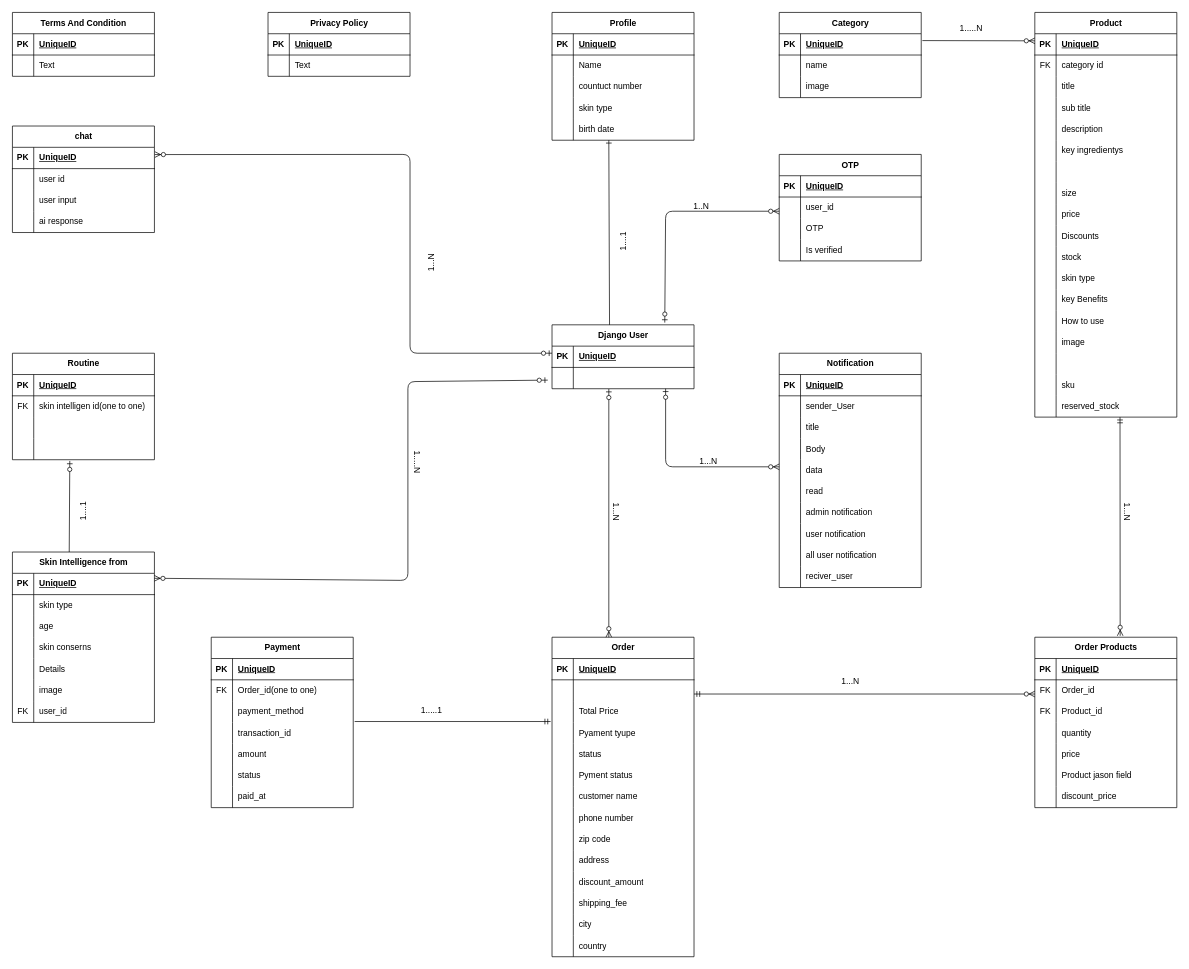
Earlier version of the draw.io diagram entity_diagram.drawio (ROBOT-RIAD/FaceCare). Source tidied: cells renumbered, new cells numbered last; positions are measured from the earlier drawing's top-left corner, leaving out a move shared by most shapes. Both pictures are drawn from the tidied source at 71%, with x=0, y=0 at pixel (12, 12).
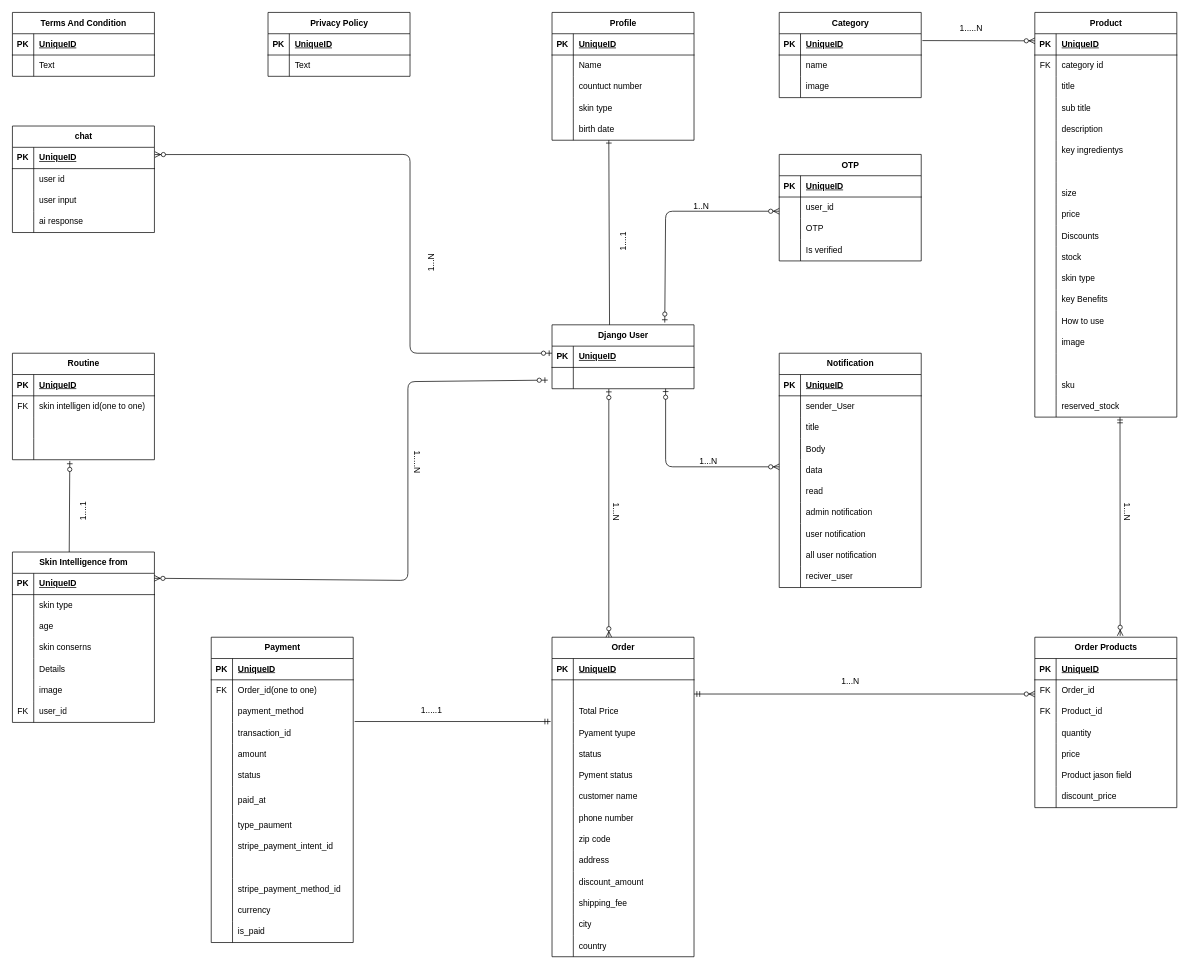
After the change.

What changed in the source:
```diff
@@
     <mxCell id="171" value="Payment" style="shape=table;startSize=30;childLayout=tableLayout;rowLines=0;fontStyle=1;align=center;html=1;" parent="1" vertex="1">
-      <mxGeometry x="280" y="880" width="200" height="240" as="geometry" />
+      <mxGeometry x="280" y="880" width="200" height="430" as="geometry" />
     </mxCell>
@@
     <mxCell id="190" style="shape=tableRow;horizontal=0;startSize=0;swimlaneHead=0;swimlaneBody=0;fillColor=none;top=0;left=0;right=0;bottom=0;" parent="171" vertex="1">
-      <mxGeometry y="210" width="200" height="30" as="geometry" />
+      <mxGeometry y="210" width="200" height="40" as="geometry" />
     </mxCell>
     <mxCell id="191" style="shape=partialRectangle;fillColor=none;top=0;left=0;bottom=0;right=0;overflow=hidden;whiteSpace=wrap;html=1;" parent="190" vertex="1">
-      <mxGeometry width="30" height="30" as="geometry" />
+      <mxGeometry width="30" height="40" as="geometry" />
     </mxCell>
     <mxCell id="192" value="paid_at" style="shape=partialRectangle;fillColor=none;top=0;left=0;bottom=0;right=0;align=left;spacingLeft=6;overflow=hidden;whiteSpace=wrap;html=1;" parent="190" vertex="1">
-      <mxGeometry x="30" width="170" height="30" as="geometry" />
+      <mxGeometry x="30" width="170" height="40" as="geometry" />
     </mxCell>
+    <mxCell id="305" style="shape=tableRow;horizontal=0;startSize=0;swimlaneHead=0;swimlaneBody=0;fillColor=none;top=0;left=0;right=0;bottom=0;" parent="171" vertex="1">
+      <mxGeometry y="250" width="200" height="30" as="geometry" />
+    </mxCell>
+    <mxCell id="306" style="shape=partialRectangle;fillColor=none;top=0;left=0;bottom=0;right=0;overflow=hidden;whiteSpace=wrap;html=1;" parent="305" vertex="1">
+      <mxGeometry width="30" height="30" as="geometry" />
+    </mxCell>
+    <mxCell id="307" value="type_paument" style="shape=partialRectangle;fillColor=none;top=0;left=0;bottom=0;right=0;align=left;spacingLeft=6;overflow=hidden;whiteSpace=wrap;html=1;" parent="305" vertex="1">
+      <mxGeometry x="30" width="170" height="30" as="geometry" />
+    </mxCell>
+    <mxCell id="308" style="shape=tableRow;horizontal=0;startSize=0;swimlaneHead=0;swimlaneBody=0;fillColor=none;top=0;left=0;right=0;bottom=0;" parent="171" vertex="1">
+      <mxGeometry y="280" width="200" height="30" as="geometry" />
+    </mxCell>
+    <mxCell id="309" style="shape=partialRectangle;fillColor=none;top=0;left=0;bottom=0;right=0;overflow=hidden;whiteSpace=wrap;html=1;" parent="308" vertex="1">
+      <mxGeometry width="30" height="30" as="geometry" />
+    </mxCell>
+    <mxCell id="310" value="stripe_payment_intent_id" style="shape=partialRectangle;fillColor=none;top=0;left=0;bottom=0;right=0;align=left;spacingLeft=6;overflow=hidden;whiteSpace=wrap;html=1;" parent="308" vertex="1">
+      <mxGeometry x="30" width="170" height="30" as="geometry" />
+    </mxCell>
+    <mxCell id="311" style="shape=tableRow;horizontal=0;startSize=0;swimlaneHead=0;swimlaneBody=0;fillColor=none;top=0;left=0;right=0;bottom=0;" parent="171" vertex="1">
+      <mxGeometry y="310" width="200" height="30" as="geometry" />
+    </mxCell>
+    <mxCell id="312" style="shape=partialRectangle;fillColor=none;top=0;left=0;bottom=0;right=0;overflow=hidden;whiteSpace=wrap;html=1;" parent="311" vertex="1">
+      <mxGeometry width="30" height="30" as="geometry" />
+    </mxCell>
+    <mxCell id="313" style="shape=partialRectangle;fillColor=none;top=0;left=0;bottom=0;right=0;align=left;spacingLeft=6;overflow=hidden;whiteSpace=wrap;html=1;" parent="311" vertex="1">
+      <mxGeometry x="30" width="170" height="30" as="geometry" />
+    </mxCell>
+    <mxCell id="314" style="shape=tableRow;horizontal=0;startSize=0;swimlaneHead=0;swimlaneBody=0;fillColor=none;top=0;left=0;right=0;bottom=0;" parent="171" vertex="1">
+      <mxGeometry y="340" width="200" height="30" as="geometry" />
+    </mxCell>
+    <mxCell id="315" style="shape=partialRectangle;fillColor=none;top=0;left=0;bottom=0;right=0;overflow=hidden;whiteSpace=wrap;html=1;" parent="314" vertex="1">
+      <mxGeometry width="30" height="30" as="geometry" />
+    </mxCell>
+    <mxCell id="316" value="stripe_payment_method_id" style="shape=partialRectangle;fillColor=none;top=0;left=0;bottom=0;right=0;align=left;spacingLeft=6;overflow=hidden;whiteSpace=wrap;html=1;" parent="314" vertex="1">
+      <mxGeometry x="30" width="170" height="30" as="geometry" />
+    </mxCell>
+    <mxCell id="317" style="shape=tableRow;horizontal=0;startSize=0;swimlaneHead=0;swimlaneBody=0;fillColor=none;top=0;left=0;right=0;bottom=0;" parent="171" vertex="1">
+      <mxGeometry y="370" width="200" height="30" as="geometry" />
+    </mxCell>
+    <mxCell id="318" style="shape=partialRectangle;fillColor=none;top=0;left=0;bottom=0;right=0;overflow=hidden;whiteSpace=wrap;html=1;" parent="317" vertex="1">
+      <mxGeometry width="30" height="30" as="geometry" />
+    </mxCell>
+    <mxCell id="319" value="currency" style="shape=partialRectangle;fillColor=none;top=0;left=0;bottom=0;right=0;align=left;spacingLeft=6;overflow=hidden;whiteSpace=wrap;html=1;" parent="317" vertex="1">
+      <mxGeometry x="30" width="170" height="30" as="geometry" />
+    </mxCell>
+    <mxCell id="320" style="shape=tableRow;horizontal=0;startSize=0;swimlaneHead=0;swimlaneBody=0;fillColor=none;top=0;left=0;right=0;bottom=0;" parent="171" vertex="1">
+      <mxGeometry y="400" width="200" height="30" as="geometry" />
+    </mxCell>
+    <mxCell id="321" style="shape=partialRectangle;fillColor=none;top=0;left=0;bottom=0;right=0;overflow=hidden;whiteSpace=wrap;html=1;" parent="320" vertex="1">
+      <mxGeometry width="30" height="30" as="geometry" />
+    </mxCell>
+    <mxCell id="322" value="is_paid" style="shape=partialRectangle;fillColor=none;top=0;left=0;bottom=0;right=0;align=left;spacingLeft=6;overflow=hidden;whiteSpace=wrap;html=1;" parent="320" vertex="1">
+      <mxGeometry x="30" width="170" height="30" as="geometry" />
+    </mxCell>
```
